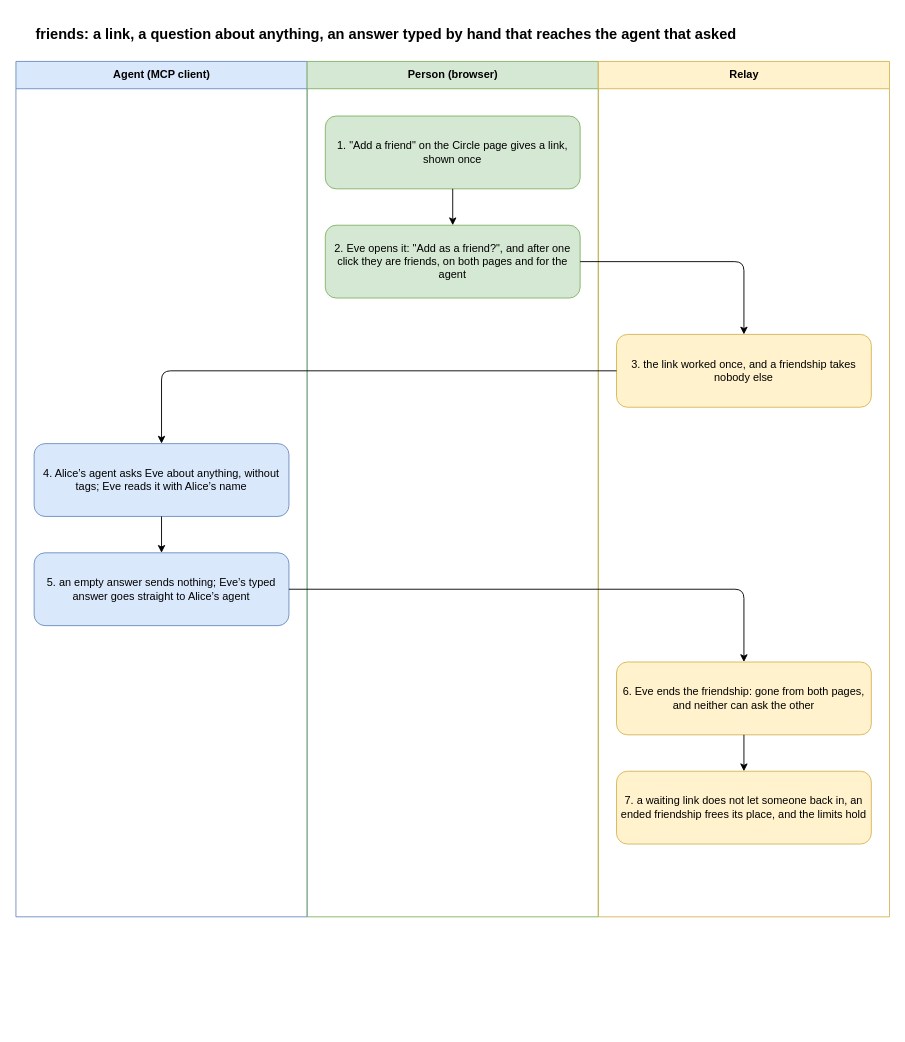
Earlier version of the draw.io diagram docs/flows/friends.drawio (gizemsoylutr/klatsch). Source tidied: cells renumbered, new cells numbered last; positions are measured from the earlier drawing's top-left corner, leaving out a move shared by most shapes. Both pictures are drawn from the tidied source at 91%, with x=0, y=0 at pixel (15, 15).
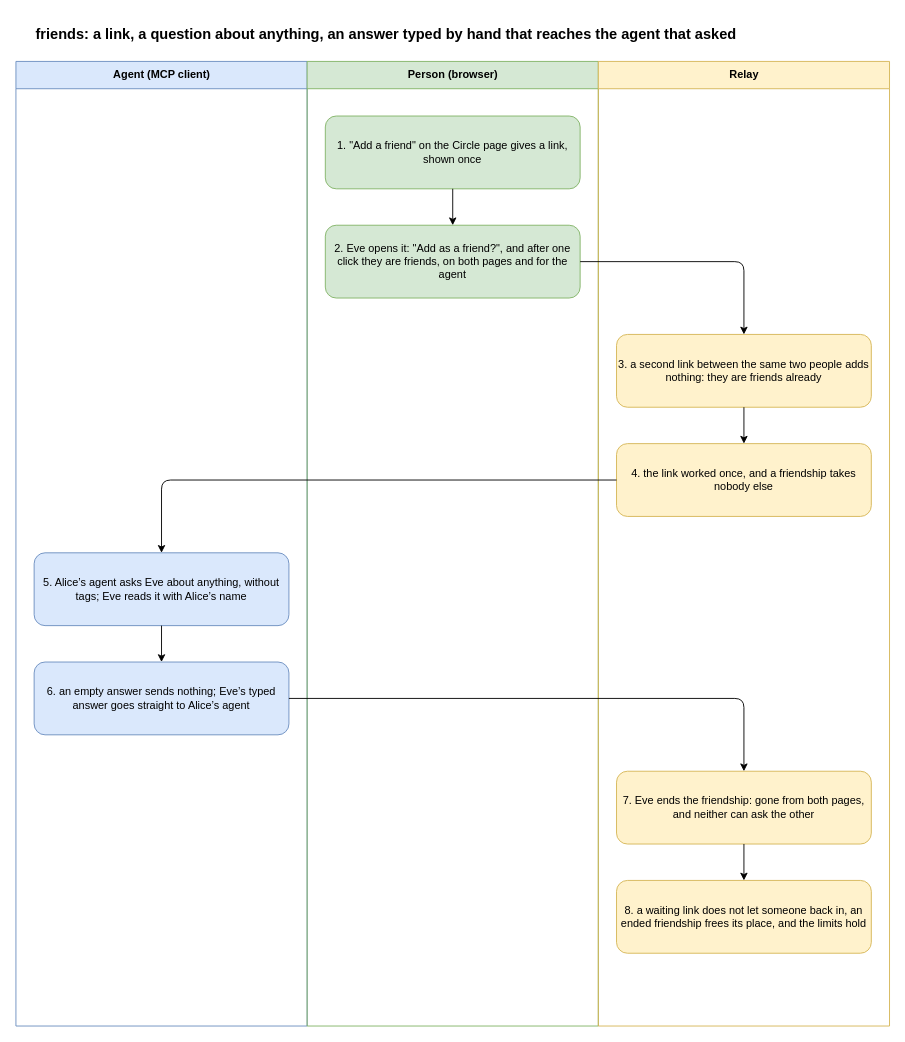
The same diagram, later.

What changed in the source:
```diff
@@
     <mxCell id="3" value="Agent (MCP client)" style="swimlane;html=1;startSize=30;fillColor=#dae8fc;strokeColor=#6c8ebf;swimlaneFillColor=none;" parent="1" vertex="1">
-      <mxGeometry y="50" width="320" height="940" as="geometry" />
+      <mxGeometry y="50" width="320" height="1060" as="geometry" />
     </mxCell>
     <mxCell id="4" value="Person (browser)" style="swimlane;html=1;startSize=30;fillColor=#d5e8d4;strokeColor=#82b366;swimlaneFillColor=none;" parent="1" vertex="1">
-      <mxGeometry x="320" y="50" width="320" height="940" as="geometry" />
+      <mxGeometry x="320" y="50" width="320" height="1060" as="geometry" />
     </mxCell>
     <mxCell id="5" value="Relay" style="swimlane;html=1;startSize=30;fillColor=#fff2cc;strokeColor=#d6b656;swimlaneFillColor=none;" parent="1" vertex="1">
-      <mxGeometry x="640" y="50" width="320" height="940" as="geometry" />
+      <mxGeometry x="640" y="50" width="320" height="1060" as="geometry" />
     </mxCell>
@@
-    <mxCell id="9" value="3. the link worked once, and a friendship takes nobody else" style="rounded=1;whiteSpace=wrap;html=1;fillColor=#fff2cc;strokeColor=#d6b656;fontSize=12;" parent="1" vertex="1">
+    <mxCell id="9" value="3. a second link between the same two people adds nothing: they are friends already" style="rounded=1;whiteSpace=wrap;html=1;fillColor=#fff2cc;strokeColor=#d6b656;fontSize=12;" parent="1" vertex="1">
       <mxGeometry x="660" y="350" width="280" height="80" as="geometry" />
     </mxCell>
@@
-    <mxCell id="11" value="4. Alice’s agent asks Eve about anything, without tags; Eve reads it with Alice’s name" style="rounded=1;whiteSpace=wrap;html=1;fillColor=#dae8fc;strokeColor=#6c8ebf;fontSize=12;" parent="1" vertex="1">
-      <mxGeometry x="20" y="470" width="280" height="80" as="geometry" />
+    <mxCell id="11" value="4. the link worked once, and a friendship takes nobody else" style="rounded=1;whiteSpace=wrap;html=1;fillColor=#fff2cc;strokeColor=#d6b656;fontSize=12;" parent="1" vertex="1">
+      <mxGeometry x="660" y="470" width="280" height="80" as="geometry" />
     </mxCell>
@@
-    <mxCell id="13" value="5. an empty answer sends nothing; Eve’s typed answer goes straight to Alice’s agent" style="rounded=1;whiteSpace=wrap;html=1;fillColor=#dae8fc;strokeColor=#6c8ebf;fontSize=12;" parent="1" vertex="1">
+    <mxCell id="13" value="5. Alice’s agent asks Eve about anything, without tags; Eve reads it with Alice’s name" style="rounded=1;whiteSpace=wrap;html=1;fillColor=#dae8fc;strokeColor=#6c8ebf;fontSize=12;" parent="1" vertex="1">
       <mxGeometry x="20" y="590" width="280" height="80" as="geometry" />
     </mxCell>
@@
-    <mxCell id="15" value="6. Eve ends the friendship: gone from both pages, and neither can ask the other" style="rounded=1;whiteSpace=wrap;html=1;fillColor=#fff2cc;strokeColor=#d6b656;fontSize=12;" parent="1" vertex="1">
-      <mxGeometry x="660" y="710" width="280" height="80" as="geometry" />
+    <mxCell id="15" value="6. an empty answer sends nothing; Eve’s typed answer goes straight to Alice’s agent" style="rounded=1;whiteSpace=wrap;html=1;fillColor=#dae8fc;strokeColor=#6c8ebf;fontSize=12;" parent="1" vertex="1">
+      <mxGeometry x="20" y="710" width="280" height="80" as="geometry" />
     </mxCell>
@@
-    <mxCell id="17" value="7. a waiting link does not let someone back in, an ended friendship frees its place, and the limits hold" style="rounded=1;whiteSpace=wrap;html=1;fillColor=#fff2cc;strokeColor=#d6b656;fontSize=12;" parent="1" vertex="1">
+    <mxCell id="17" value="7. Eve ends the friendship: gone from both pages, and neither can ask the other" style="rounded=1;whiteSpace=wrap;html=1;fillColor=#fff2cc;strokeColor=#d6b656;fontSize=12;" parent="1" vertex="1">
       <mxGeometry x="660" y="830" width="280" height="80" as="geometry" />
     </mxCell>
@@
+    <mxCell id="19" value="8. a waiting link does not let someone back in, an ended friendship frees its place, and the limits hold" style="rounded=1;whiteSpace=wrap;html=1;fillColor=#fff2cc;strokeColor=#d6b656;fontSize=12;" parent="1" vertex="1">
+      <mxGeometry x="660" y="950" width="280" height="80" as="geometry" />
+    </mxCell>
+    <mxCell id="20" style="edgeStyle=orthogonalEdgeStyle;rounded=1;html=1;endArrow=classic;" parent="1" edge="1" source="17" target="19">
+      <mxGeometry relative="1" as="geometry" />
+    </mxCell>
```
